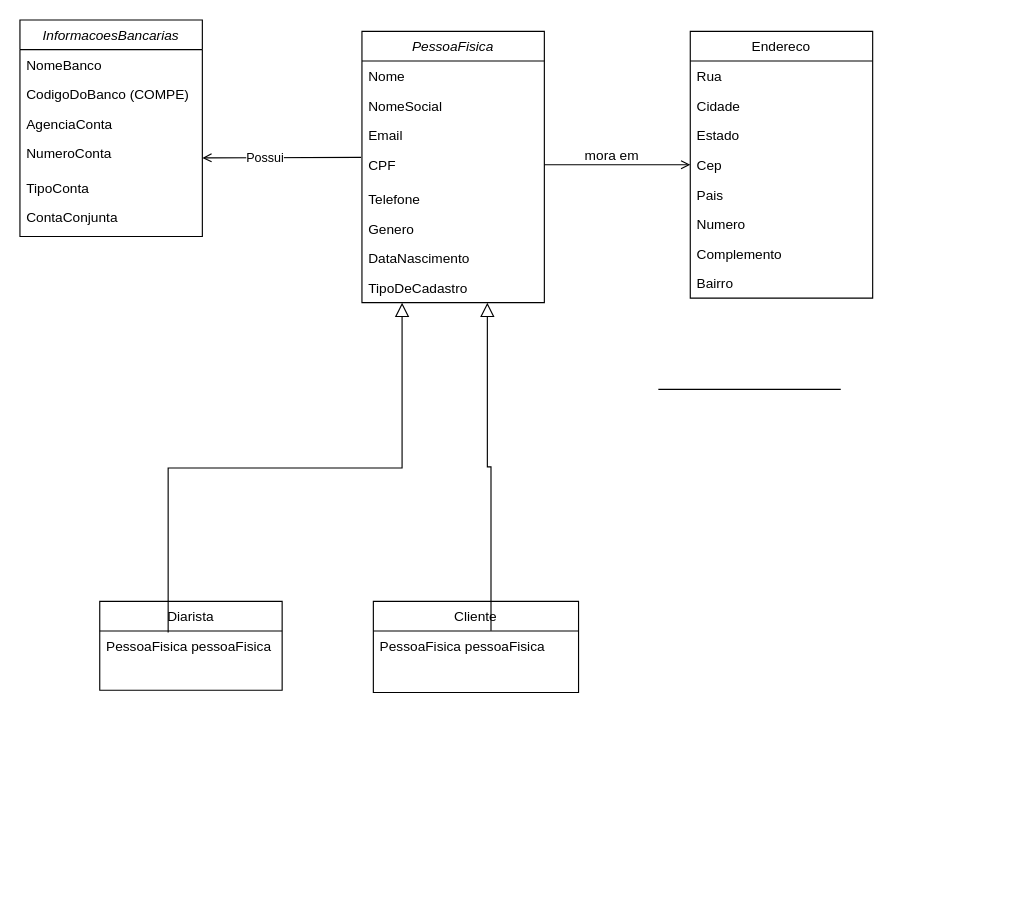
Earlier version of the draw.io diagram Diagrama sem nome.drawio (diaristando/diaristando.server). Source tidied: cells renumbered, new cells numbered last; positions are measured from the earlier drawing's top-left corner, leaving out a move shared by most shapes. Both pictures are drawn from the tidied source at 114%, with x=0, y=0 at pixel (19, 19).
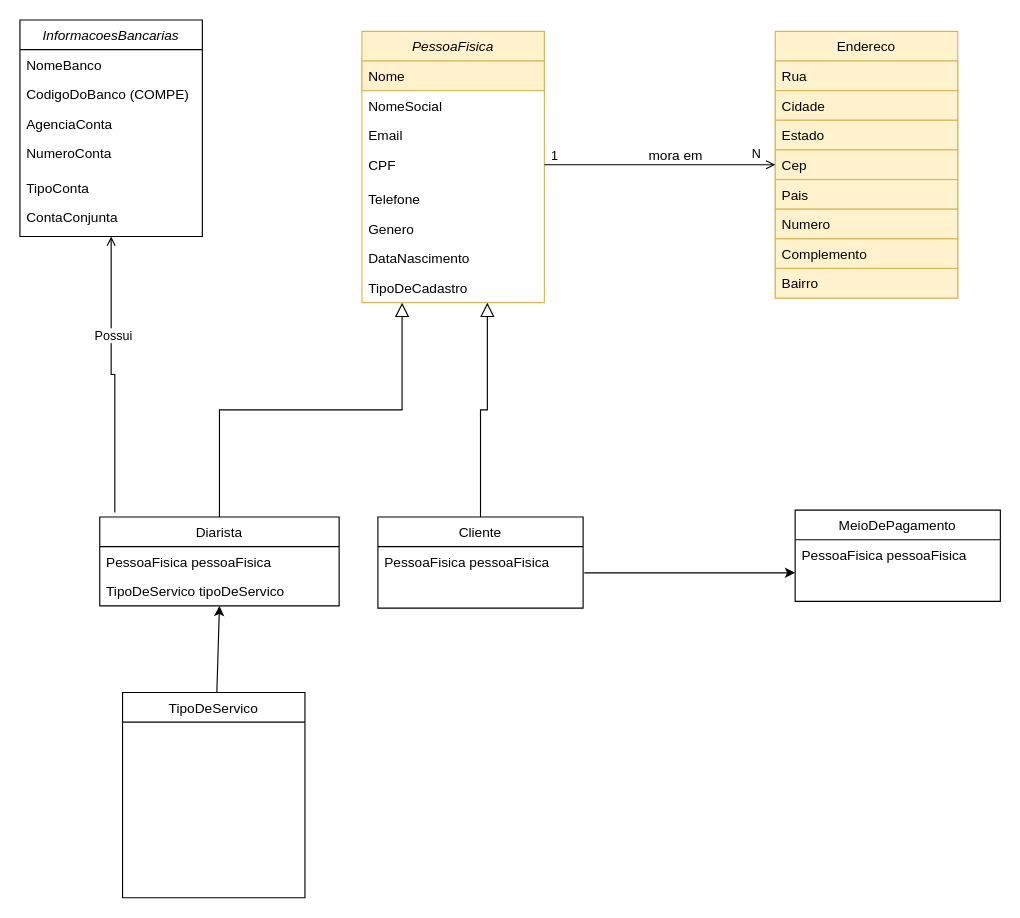
After the change.

Unchanged cells that the change refers to:
```xml
<mxCell id="6" value="CPF" style="text;align=left;verticalAlign=top;spacingLeft=4;spacingRight=4;overflow=hidden;points=[[0,0.5],[1,0.5]];portConstraint=eastwest;" parent="2" vertex="1">
  <mxGeometry y="104" width="160" height="30" as="geometry" />
</mxCell>
<mxCell id="15" value="PessoaFisica pessoaFisica" style="text;align=left;verticalAlign=top;spacingLeft=4;spacingRight=4;overflow=hidden;points=[[0,0.5],[1,0.5]];portConstraint=eastwest;" parent="14" vertex="1">
  <mxGeometry y="26" width="180" height="26" as="geometry" />
</mxCell>
<mxCell id="26" style="endArrow=open;shadow=0;strokeWidth=1;rounded=0;curved=0;endFill=1;edgeStyle=elbowEdgeStyle;elbow=vertical;" parent="1" edge="1" source="2" target="17">
  <mxGeometry x="0.5" y="41" relative="1" as="geometry">
    <mxPoint x="-40" y="32" as="offset" />
  </mxGeometry>
</mxCell>
<mxCell id="29" value="InformacoesBancarias" style="swimlane;fontStyle=2;align=center;verticalAlign=top;horizontal=1;startSize=26;rounded=0;shadow=0;strokeWidth=1;" parent="1" vertex="1">
  <mxGeometry width="160" height="190" as="geometry" />
</mxCell>
<mxCell id="33" value="NumeroConta" style="text;align=left;verticalAlign=top;spacingLeft=4;spacingRight=4;overflow=hidden;points=[[0,0.5],[1,0.5]];portConstraint=eastwest;" parent="29" vertex="1">
  <mxGeometry y="104" width="160" height="30" as="geometry" />
</mxCell>
```

What changed in the source:
```diff
@@
-    <mxCell id="2" value="PessoaFisica" style="swimlane;fontStyle=2;align=center;verticalAlign=top;horizontal=1;startSize=26;rounded=0;shadow=0;strokeWidth=1;" parent="1" vertex="1">
+    <mxCell id="2" value="PessoaFisica" style="swimlane;fontStyle=2;align=center;verticalAlign=top;horizontal=1;startSize=26;rounded=0;shadow=0;strokeWidth=1;fillColor=#fff2cc;strokeColor=#d6b656;" parent="1" vertex="1">
       <mxGeometry x="300" y="10" width="160" height="238" as="geometry" />
     </mxCell>
-    <mxCell id="3" value="Nome" style="text;align=left;verticalAlign=top;spacingLeft=4;spacingRight=4;overflow=hidden;" parent="2" vertex="1">
+    <mxCell id="3" value="Nome" style="text;align=left;verticalAlign=top;spacingLeft=4;spacingRight=4;overflow=hidden;fillColor=#fff2cc;strokeColor=#d6b656;" parent="2" vertex="1">
       <mxGeometry y="26" width="160" height="26" as="geometry" />
     </mxCell>
@@
     <mxCell id="11" value="Diarista" style="swimlane;fontStyle=0;align=center;verticalAlign=top;horizontal=1;startSize=26;rounded=0;shadow=0;strokeWidth=1;" parent="1" vertex="1">
-      <mxGeometry x="70" y="510" width="160" height="78" as="geometry" />
+      <mxGeometry x="70" y="436" width="210" height="78" as="geometry" />
     </mxCell>
     <mxCell id="12" value="PessoaFisica pessoaFisica" style="text;align=left;verticalAlign=top;spacingLeft=4;spacingRight=4;overflow=hidden;" parent="11" vertex="1">
-      <mxGeometry y="26" width="160" height="26" as="geometry" />
+      <mxGeometry y="26" width="210" height="26" as="geometry" />
     </mxCell>
+    <mxCell id="38" value="TipoDeServico tipoDeServico" style="text;align=left;verticalAlign=top;spacingLeft=4;spacingRight=4;overflow=hidden;" parent="11" vertex="1">
+      <mxGeometry y="52" width="210" height="26" as="geometry" />
+    </mxCell>
-    <mxCell id="13" style="endArrow=block;endSize=10;endFill=0;shadow=0;strokeWidth=1;rounded=0;curved=0;edgeStyle=elbowEdgeStyle;elbow=vertical;entryX=0.345;entryY=0.945;entryDx=0;entryDy=0;entryPerimeter=0;" parent="1" edge="1">
+    <mxCell id="13" style="endArrow=block;endSize=10;endFill=0;shadow=0;strokeWidth=1;rounded=0;curved=0;edgeStyle=elbowEdgeStyle;elbow=vertical;entryX=0.345;entryY=0.945;entryDx=0;entryDy=0;entryPerimeter=0;" parent="1" edge="1" source="11">
       <mxGeometry relative="1" as="geometry">
-        <mxPoint x="130" y="537.4" as="sourcePoint" />
         <mxPoint x="335.2" y="248" as="targetPoint" />
       </mxGeometry>
     </mxCell>
     <mxCell id="14" value="Cliente" style="swimlane;fontStyle=0;align=center;verticalAlign=top;horizontal=1;startSize=26;rounded=0;shadow=0;strokeWidth=1;" parent="1" vertex="1">
-      <mxGeometry x="310" y="510" width="180" height="80" as="geometry" />
+      <mxGeometry x="314" y="436" width="180" height="80" as="geometry" />
     </mxCell>
@@
-    <mxCell id="16" style="endArrow=block;endSize=10;endFill=0;shadow=0;strokeWidth=1;rounded=0;curved=0;edgeStyle=elbowEdgeStyle;elbow=vertical;entryX=0.605;entryY=1.011;entryDx=0;entryDy=0;entryPerimeter=0;" parent="1" edge="1">
+    <mxCell id="16" style="endArrow=block;endSize=10;endFill=0;shadow=0;strokeWidth=1;rounded=0;curved=0;edgeStyle=elbowEdgeStyle;elbow=vertical;entryX=0.605;entryY=1.011;entryDx=0;entryDy=0;entryPerimeter=0;" parent="1" edge="1" source="14">
       <mxGeometry relative="1" as="geometry">
-        <mxPoint x="413.2" y="535.7" as="sourcePoint" />
         <mxPoint x="410" y="248" as="targetPoint" />
       </mxGeometry>
     </mxCell>
-    <mxCell id="17" value="Endereco" style="swimlane;fontStyle=0;align=center;verticalAlign=top;horizontal=1;startSize=26;rounded=0;shadow=0;strokeWidth=1;" parent="1" vertex="1">
-      <mxGeometry x="588" y="10" width="160" height="234" as="geometry" />
+    <mxCell id="17" value="Endereco" style="swimlane;fontStyle=0;align=center;verticalAlign=top;horizontal=1;startSize=26;rounded=0;shadow=0;strokeWidth=1;fillColor=#fff2cc;strokeColor=#d6b656;" parent="1" vertex="1">
+      <mxGeometry x="662.6" y="10" width="160" height="234" as="geometry" />
     </mxCell>
-    <mxCell id="18" value="Rua" style="text;align=left;verticalAlign=top;spacingLeft=4;spacingRight=4;overflow=hidden;" parent="17" vertex="1">
+    <mxCell id="18" value="Rua" style="text;align=left;verticalAlign=top;spacingLeft=4;spacingRight=4;overflow=hidden;fillColor=#fff2cc;strokeColor=#d6b656;" parent="17" vertex="1">
       <mxGeometry y="26" width="160" height="26" as="geometry" />
     </mxCell>
-    <mxCell id="19" value="Cidade" style="text;align=left;verticalAlign=top;spacingLeft=4;spacingRight=4;overflow=hidden;rounded=0;shadow=0;html=0;" parent="17" vertex="1">
+    <mxCell id="19" value="Cidade" style="text;align=left;verticalAlign=top;spacingLeft=4;spacingRight=4;overflow=hidden;rounded=0;shadow=0;html=0;fillColor=#fff2cc;strokeColor=#d6b656;" parent="17" vertex="1">
       <mxGeometry y="52" width="160" height="26" as="geometry" />
     </mxCell>
-    <mxCell id="20" value="Estado" style="text;align=left;verticalAlign=top;spacingLeft=4;spacingRight=4;overflow=hidden;rounded=0;shadow=0;html=0;" parent="17" vertex="1">
+    <mxCell id="20" value="Estado" style="text;align=left;verticalAlign=top;spacingLeft=4;spacingRight=4;overflow=hidden;rounded=0;shadow=0;html=0;fillColor=#fff2cc;strokeColor=#d6b656;" parent="17" vertex="1">
       <mxGeometry y="78" width="160" height="26" as="geometry" />
     </mxCell>
-    <mxCell id="21" value="Cep" style="text;align=left;verticalAlign=top;spacingLeft=4;spacingRight=4;overflow=hidden;rounded=0;shadow=0;html=0;" parent="17" vertex="1">
+    <mxCell id="21" value="Cep" style="text;align=left;verticalAlign=top;spacingLeft=4;spacingRight=4;overflow=hidden;rounded=0;shadow=0;html=0;fillColor=#fff2cc;strokeColor=#d6b656;" parent="17" vertex="1">
       <mxGeometry y="104" width="160" height="26" as="geometry" />
     </mxCell>
-    <mxCell id="22" value="Pais" style="text;align=left;verticalAlign=top;spacingLeft=4;spacingRight=4;overflow=hidden;rounded=0;shadow=0;html=0;" parent="17" vertex="1">
+    <mxCell id="22" value="Pais" style="text;align=left;verticalAlign=top;spacingLeft=4;spacingRight=4;overflow=hidden;rounded=0;shadow=0;html=0;fillColor=#fff2cc;strokeColor=#d6b656;" parent="17" vertex="1">
       <mxGeometry y="130" width="160" height="26" as="geometry" />
     </mxCell>
-    <mxCell id="23" value="Numero" style="text;align=left;verticalAlign=top;spacingLeft=4;spacingRight=4;overflow=hidden;" parent="17" vertex="1">
+    <mxCell id="23" value="Numero" style="text;align=left;verticalAlign=top;spacingLeft=4;spacingRight=4;overflow=hidden;fillColor=#fff2cc;strokeColor=#d6b656;" parent="17" vertex="1">
       <mxGeometry y="156" width="160" height="26" as="geometry" />
     </mxCell>
-    <mxCell id="24" value="Complemento" style="text;align=left;verticalAlign=top;spacingLeft=4;spacingRight=4;overflow=hidden;" parent="17" vertex="1">
+    <mxCell id="24" value="Complemento" style="text;align=left;verticalAlign=top;spacingLeft=4;spacingRight=4;overflow=hidden;fillColor=#fff2cc;strokeColor=#d6b656;" parent="17" vertex="1">
       <mxGeometry y="182" width="160" height="26" as="geometry" />
     </mxCell>
-    <mxCell id="25" value="Bairro" style="text;align=left;verticalAlign=top;spacingLeft=4;spacingRight=4;overflow=hidden;" parent="17" vertex="1">
+    <mxCell id="25" value="Bairro" style="text;align=left;verticalAlign=top;spacingLeft=4;spacingRight=4;overflow=hidden;fillColor=#fff2cc;strokeColor=#d6b656;" parent="17" vertex="1">
       <mxGeometry y="208" width="160" height="26" as="geometry" />
     </mxCell>
@@
-    <mxCell id="28" style="line;html=1;strokeWidth=1;align=left;verticalAlign=middle;spacingTop=-1;spacingLeft=3;spacingRight=3;labelPosition=right;" parent="1" vertex="1">
-      <mxGeometry x="560" y="320" width="160" height="8" as="geometry" />
-    </mxCell>
+    <mxCell id="39" value="1" style="edgeLabel;html=1;align=center;verticalAlign=bottom;labelPosition=center;verticalLabelPosition=top;" parent="26" vertex="1">
+      <mxGeometry x="-0.92" relative="1" as="geometry" />
+    </mxCell>
+    <mxCell id="40" value="N" style="edgeLabel;html=1;align=center;verticalAlign=bottom;labelPosition=center;verticalLabelPosition=top;" parent="26" vertex="1">
+      <mxGeometry x="0.83" y="1" relative="1" as="geometry" />
+    </mxCell>
@@
-    <mxCell id="36" style="endArrow=open;shadow=0;strokeWidth=1;rounded=0;curved=0;endFill=1;edgeStyle=elbowEdgeStyle;elbow=vertical;exitX=-0.005;exitY=0.219;exitDx=0;exitDy=0;exitPerimeter=0;" parent="1" edge="1" source="6" target="33">
+    <mxCell id="36" style="endArrow=open;shadow=0;strokeWidth=1;rounded=0;curved=0;endFill=1;edgeStyle=elbowEdgeStyle;elbow=vertical;exitX=0.063;exitY=-0.051;exitDx=0;exitDy=0;exitPerimeter=0;entryX=0.5;entryY=1;entryDx=0;entryDy=0;" parent="1" edge="1" source="11" target="29">
       <mxGeometry x="0.5" y="41" relative="1" as="geometry">
         <mxPoint x="-40" y="32" as="offset" />
       </mxGeometry>
     </mxCell>
-    <mxCell id="37" value="Possui" style="edgeLabel;html=1;align=center;verticalAlign=middle;" parent="36" vertex="1">
+    <mxCell id="37" value="Possui" style="edgeLabel;html=1;align=center;verticalAlign=bottom;labelPosition=center;verticalLabelPosition=top;" parent="36" vertex="1">
       <mxGeometry x="0.22" y="-1" relative="1" as="geometry" />
     </mxCell>
+    <mxCell id="41" value="MeioDePagamento" style="swimlane;fontStyle=0;align=center;verticalAlign=top;horizontal=1;startSize=26;rounded=0;shadow=0;strokeWidth=1;" parent="1" vertex="1">
+      <mxGeometry x="680" y="430" width="180" height="80" as="geometry" />
+    </mxCell>
+    <mxCell id="42" value="PessoaFisica pessoaFisica" style="text;align=left;verticalAlign=top;spacingLeft=4;spacingRight=4;overflow=hidden;" parent="41" vertex="1">
+      <mxGeometry y="26" width="180" height="26" as="geometry" />
+    </mxCell>
+    <mxCell id="43" style="endArrow=classic;html=1;rounded=0;exitX=1.006;exitY=0.885;exitDx=0;exitDy=0;exitPerimeter=0;" parent="1" edge="1" source="15">
+      <mxGeometry relative="1" as="geometry">
+        <mxPoint x="680" y="485" as="targetPoint" />
+      </mxGeometry>
+    </mxCell>
+    <mxCell id="44" value="TipoDeServico" style="swimlane;fontStyle=0;align=center;verticalAlign=top;horizontal=1;startSize=26;rounded=0;shadow=0;strokeWidth=1;" parent="1" vertex="1">
+      <mxGeometry x="90" y="590" width="160" height="180" as="geometry" />
+    </mxCell>
+    <mxCell id="45" style="endArrow=classic;html=1;rounded=0;entryX=0.5;entryY=1;entryDx=0;entryDy=0;" parent="1" edge="1" source="44" target="11">
+      <mxGeometry relative="1" as="geometry" />
+    </mxCell>
```
